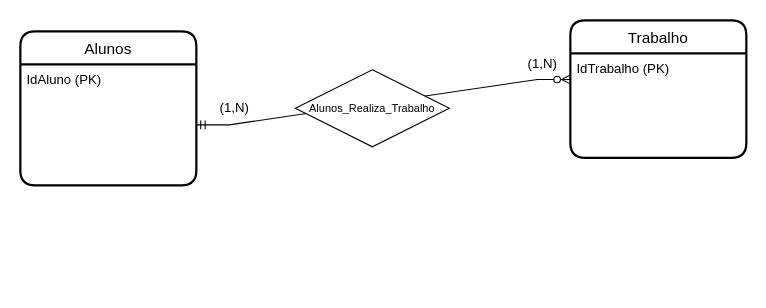
The draw.io diagram page "3.Alunos_Trabalhos" (2 of 5) of Lista1/L1-Modelo-Conceitual-Berçario.drawio in WesleySiNeves/DB1ModelagemDados, before the edit. Source tidied: cells renumbered, new cells numbered last; positions are measured from the earlier drawing's top-left corner, leaving out a move shared by most shapes. Both pictures are drawn from the tidied source at 110%, with x=0, y=0 at pixel (20, 20).
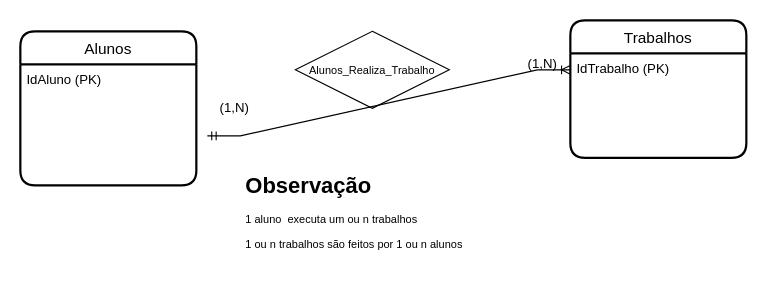
The same page after the edit.

Diff of the diagram source:
```diff
@@
 <mxGraphModel>
   <root>
     <mxCell id="0" />
     <mxCell id="1" parent="0" />
     <mxCell id="2" value="Alunos" style="swimlane;horizontal=1;startSize=30;rounded=1;fontSize=14;fontStyle=0;strokeWidth=2;shadow=0;dashed=0;align=center;" parent="1" vertex="1">
       <mxGeometry y="10" width="160" height="140" as="geometry" />
     </mxCell>
     <mxCell id="3" value="IdAluno (PK)&#10;" style="align=left;strokeColor=none;fillColor=none;spacingLeft=4;fontSize=12;verticalAlign=top;" parent="2" vertex="1">
       <mxGeometry y="30" width="160" height="110" as="geometry" />
     </mxCell>
-    <mxCell id="4" value="Trabalho" style="swimlane;horizontal=1;startSize=30;rounded=1;fontSize=14;fontStyle=0;strokeWidth=2;shadow=0;dashed=0;align=center;" parent="1" vertex="1">
+    <mxCell id="4" value="Trabalhos" style="swimlane;horizontal=1;startSize=30;rounded=1;fontSize=14;fontStyle=0;strokeWidth=2;shadow=0;dashed=0;align=center;" parent="1" vertex="1">
       <mxGeometry x="500" width="160" height="125" as="geometry" />
     </mxCell>
     <mxCell id="5" value="IdTrabalho (PK)&#10;&#10;" style="align=left;strokeColor=none;fillColor=none;spacingLeft=4;fontSize=12;verticalAlign=top;" parent="4" vertex="1">
       <mxGeometry y="30" width="160" height="95" as="geometry" />
     </mxCell>
-    <mxCell id="6" style="edgeStyle=entityRelationEdgeStyle;fontSize=12;html=1;endArrow=ERzeroToMany;startArrow=ERmandOne;rounded=0;exitX=1;exitY=0.5;exitDx=0;exitDy=0;entryX=0;entryY=0.25;entryDx=0;entryDy=0;" parent="1" edge="1" source="3" target="5">
-      <mxGeometry relative="1" as="geometry" />
-    </mxCell>
     <mxCell id="7" value="(1,N)" style="text;html=1;strokeColor=none;fillColor=none;align=center;verticalAlign=middle;whiteSpace=wrap;rounded=0;" parent="1" vertex="1">
       <mxGeometry x="170" y="65" width="50" height="30" as="geometry" />
     </mxCell>
     <mxCell id="8" value="Alunos_Realiza_Trabalho" style="shape=rhombus;perimeter=rhombusPerimeter;whiteSpace=wrap;html=1;align=center;fontSize=10;" parent="1" vertex="1">
-      <mxGeometry x="250" y="45" width="140" height="70" as="geometry" />
+      <mxGeometry x="250" y="10" width="140" height="70" as="geometry" />
     </mxCell>
     <mxCell id="9" value="(1,N)" style="text;html=1;strokeColor=none;fillColor=none;align=center;verticalAlign=middle;whiteSpace=wrap;rounded=0;" parent="1" vertex="1">
       <mxGeometry x="450" y="35" width="50" height="10" as="geometry" />
     </mxCell>
+    <mxCell id="10" style="edgeStyle=entityRelationEdgeStyle;fontSize=12;html=1;endArrow=ERoneToMany;startArrow=ERmandOne;rounded=0;" parent="1" edge="1">
+      <mxGeometry relative="1" as="geometry">
+        <mxPoint x="170" y="105" as="sourcePoint" />
+        <mxPoint x="500" y="45" as="targetPoint" />
+      </mxGeometry>
+    </mxCell>
+    <mxCell id="11" value="&lt;h1&gt;Observação&lt;/h1&gt;&lt;p&gt;1 aluno&amp;nbsp; executa um ou n trabalhos&lt;/p&gt;&lt;p&gt;1 ou n trabalhos são feitos por 1 ou n alunos&lt;/p&gt;" style="text;html=1;strokeColor=none;fillColor=none;spacing=5;spacingTop=-20;whiteSpace=wrap;overflow=hidden;rounded=0;fontSize=10;" parent="1" vertex="1">
+      <mxGeometry x="200" y="135" width="360" height="110" as="geometry" />
+    </mxCell>
   </root>
 </mxGraphModel>
```
